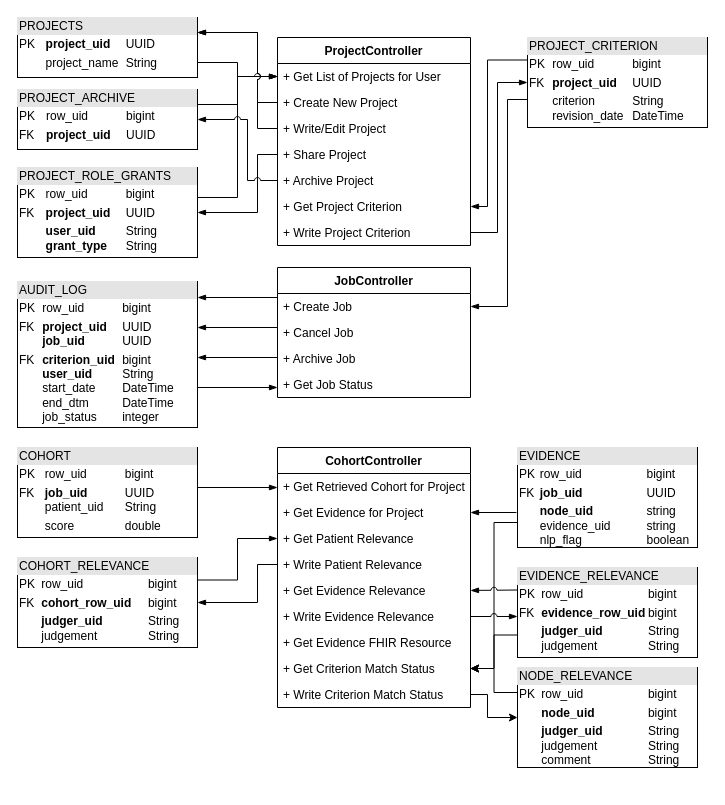
The draw.io diagram page "Middlware - Data Flow" (4 of 4) of cat-arch.drawio in OHNLP/impact-documentation, before the edit. Source tidied: cells renumbered, new cells numbered last; positions are measured from the earlier drawing's top-left corner, leaving out a move shared by most shapes. Both pictures are drawn from the tidied source at 100%, with x=0, y=0 at pixel (17, 17).
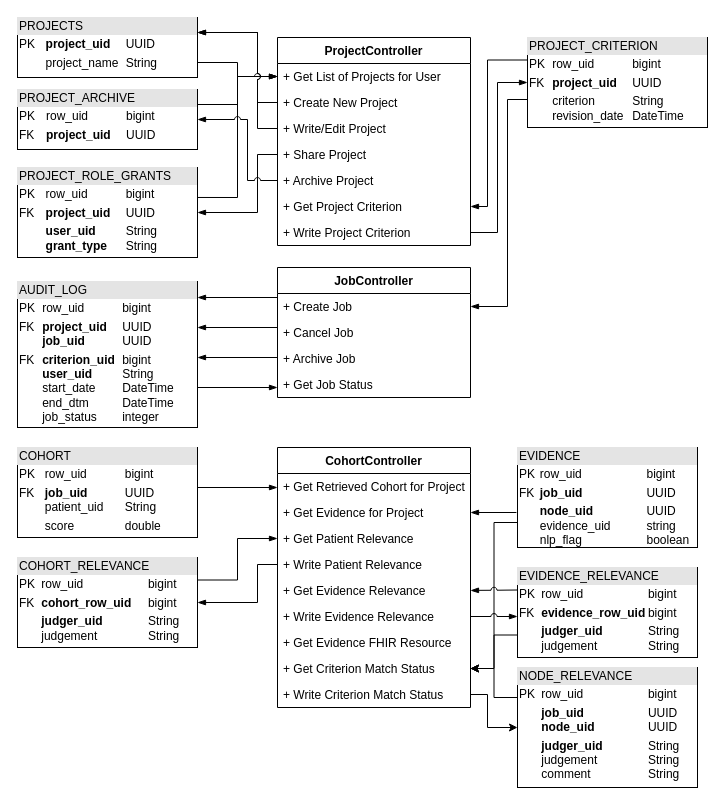
Above is the later version.

Commit message (it also covers changes not shown here):
node relevance should also be associated with a job uid

Unchanged cells that the change refers to:
```xml
<mxCell id="43" value="+ Write Criterion Match Status " style="text;strokeColor=none;fillColor=none;align=left;verticalAlign=top;spacingLeft=4;spacingRight=4;overflow=hidden;points=[[0,0.5],[1,0.5]];portConstraint=eastwest;fontColor=#000000;" parent="34" vertex="1">
  <mxGeometry y="234" width="193" height="26" as="geometry" />
</mxCell>
```

The edit, as a diff of the source:
```diff
@@
-    <mxCell id="48" value="&lt;div style=&quot;box-sizing:border-box;width:100%;background:#e4e4e4;padding:2px;&quot;&gt;EVIDENCE&lt;/div&gt;&lt;table style=&quot;width:100%;font-size:1em;&quot; cellpadding=&quot;2&quot; cellspacing=&quot;0&quot;&gt;&lt;tbody&gt;&lt;tr&gt;&lt;td&gt;PK&lt;/td&gt;&lt;td&gt;row_uid&lt;span style=&quot;white-space: pre;&quot;&gt;&#9;&lt;/span&gt;&lt;span style=&quot;white-space: pre;&quot;&gt;&#9;&lt;span style=&quot;white-space: pre;&quot;&gt;&#9;&lt;/span&gt;&lt;/span&gt;bigint&lt;/td&gt;&lt;/tr&gt;&lt;tr&gt;&lt;td&gt;FK&lt;br&gt;&lt;/td&gt;&lt;td&gt;&lt;b&gt;job_uid&lt;/b&gt;&lt;span style=&quot;font-weight: bold; white-space: pre;&quot;&gt;&#9;&lt;span style=&quot;white-space: pre;&quot;&gt;&#9;&lt;/span&gt;&lt;/span&gt;&lt;span style=&quot;font-weight: bold; white-space: pre;&quot;&gt;&#9;&lt;/span&gt;UUID&lt;/td&gt;&lt;/tr&gt;&lt;tr&gt;&lt;td&gt;&lt;br&gt;&lt;br&gt;&lt;/td&gt;&lt;td&gt;&lt;b&gt;node_uid&lt;span style=&quot;white-space: pre;&quot;&gt;&#9;&lt;span style=&quot;white-space: pre;&quot;&gt;&#9;&lt;/span&gt;&lt;/span&gt;&lt;/b&gt;string&lt;br&gt;evidence_uid&lt;span style=&quot;white-space: pre;&quot;&gt;&#9;&lt;span style=&quot;white-space: pre;&quot;&gt;&#9;&lt;/span&gt;&lt;/span&gt;string&lt;br&gt;nlp_flag&lt;span style=&quot;white-space: pre;&quot;&gt;&#9;&lt;/span&gt;&lt;span style=&quot;white-space: pre;&quot;&gt;&#9;&lt;/span&gt;&lt;span style=&quot;white-space: pre;&quot;&gt;&#9;&lt;/span&gt;boolean&lt;/td&gt;&lt;/tr&gt;&lt;/tbody&gt;&lt;/table&gt;" style="verticalAlign=top;align=left;overflow=fill;html=1;fontColor=#000000;" parent="1" vertex="1">
+    <mxCell id="48" value="&lt;div style=&quot;box-sizing:border-box;width:100%;background:#e4e4e4;padding:2px;&quot;&gt;EVIDENCE&lt;/div&gt;&lt;table style=&quot;width:100%;font-size:1em;&quot; cellpadding=&quot;2&quot; cellspacing=&quot;0&quot;&gt;&lt;tbody&gt;&lt;tr&gt;&lt;td&gt;PK&lt;/td&gt;&lt;td&gt;row_uid&lt;span style=&quot;white-space: pre;&quot;&gt;&#9;&lt;/span&gt;&lt;span style=&quot;white-space: pre;&quot;&gt;&#9;&lt;span style=&quot;white-space: pre;&quot;&gt;&#9;&lt;/span&gt;&lt;/span&gt;bigint&lt;/td&gt;&lt;/tr&gt;&lt;tr&gt;&lt;td&gt;FK&lt;br&gt;&lt;/td&gt;&lt;td&gt;&lt;b&gt;job_uid&lt;/b&gt;&lt;span style=&quot;font-weight: bold; white-space: pre;&quot;&gt;&#9;&lt;span style=&quot;white-space: pre;&quot;&gt;&#9;&lt;/span&gt;&lt;/span&gt;&lt;span style=&quot;font-weight: bold; white-space: pre;&quot;&gt;&#9;&lt;/span&gt;UUID&lt;/td&gt;&lt;/tr&gt;&lt;tr&gt;&lt;td&gt;&lt;br&gt;&lt;br&gt;&lt;/td&gt;&lt;td&gt;&lt;b&gt;node_uid&lt;span style=&quot;white-space: pre;&quot;&gt;&#9;&lt;span style=&quot;white-space: pre;&quot;&gt;&#9;&lt;/span&gt;&lt;/span&gt;&lt;/b&gt;UUID&lt;br&gt;evidence_uid&lt;span style=&quot;white-space: pre;&quot;&gt;&#9;&lt;span style=&quot;white-space: pre;&quot;&gt;&#9;&lt;/span&gt;&lt;/span&gt;string&lt;br&gt;nlp_flag&lt;span style=&quot;white-space: pre;&quot;&gt;&#9;&lt;/span&gt;&lt;span style=&quot;white-space: pre;&quot;&gt;&#9;&lt;/span&gt;&lt;span style=&quot;white-space: pre;&quot;&gt;&#9;&lt;/span&gt;boolean&lt;/td&gt;&lt;/tr&gt;&lt;/tbody&gt;&lt;/table&gt;" style="verticalAlign=top;align=left;overflow=fill;html=1;fontColor=#000000;" parent="1" vertex="1">
       <mxGeometry x="500" y="430" width="180" height="100" as="geometry" />
     </mxCell>
@@
-    <mxCell id="57" value="&lt;div style=&quot;box-sizing:border-box;width:100%;background:#e4e4e4;padding:2px;&quot;&gt;NODE_RELEVANCE&lt;/div&gt;&lt;table style=&quot;width:100%;font-size:1em;&quot; cellpadding=&quot;2&quot; cellspacing=&quot;0&quot;&gt;&lt;tbody&gt;&lt;tr&gt;&lt;td&gt;PK&lt;/td&gt;&lt;td&gt;row_uid&lt;span style=&quot;&quot;&gt;&#9;&lt;span style=&quot;white-space: pre;&quot;&gt;&#9;&lt;/span&gt;&lt;span style=&quot;white-space: pre;&quot;&gt;&#9;&lt;span style=&quot;white-space: pre;&quot;&gt;&#9;&lt;/span&gt;&lt;/span&gt;&lt;/span&gt;bigint&lt;/td&gt;&lt;/tr&gt;&lt;tr&gt;&lt;td&gt;&lt;br&gt;&lt;/td&gt;&lt;td&gt;&lt;b&gt;node_uid&lt;span style=&quot;&quot;&gt;&#9;&lt;span style=&quot;white-space: pre;&quot;&gt;&#9;&lt;/span&gt;&amp;nbsp;&lt;span style=&quot;white-space: pre;&quot;&gt;&#9;&lt;/span&gt;&lt;/span&gt;&lt;/b&gt;bigint&lt;/td&gt;&lt;/tr&gt;&lt;tr&gt;&lt;td&gt;&lt;br&gt;&lt;/td&gt;&lt;td&gt;&lt;b&gt;judger_uid&lt;span style=&quot;&quot;&gt;&#9;&lt;span style=&quot;white-space: pre;&quot;&gt;&#9;&lt;/span&gt;&lt;span style=&quot;&quot;&gt;&#9;&lt;span style=&quot;white-space: pre;&quot;&gt;&#9;&lt;/span&gt;&lt;/span&gt;&lt;/span&gt;&lt;/b&gt;String&lt;br&gt;judgement&lt;span style=&quot;&quot;&gt;&#9;&lt;span style=&quot;white-space: pre;&quot;&gt;&#9;&lt;/span&gt;&lt;span style=&quot;&quot;&gt;&#9;&lt;span style=&quot;white-space: pre;&quot;&gt;&#9;&lt;/span&gt;&lt;/span&gt;&lt;/span&gt;String&lt;br&gt;comment&lt;span style=&quot;white-space: pre;&quot;&gt;&#9;&lt;/span&gt;&lt;span style=&quot;white-space: pre;&quot;&gt;&#9;&lt;/span&gt;&amp;nbsp;&lt;span style=&quot;white-space: pre;&quot;&gt;&#9;&lt;/span&gt;String&lt;/td&gt;&lt;/tr&gt;&lt;/tbody&gt;&lt;/table&gt;" style="verticalAlign=top;align=left;overflow=fill;html=1;fontColor=#000000;" parent="1" vertex="1">
-      <mxGeometry x="500" y="650" width="180" height="100" as="geometry" />
+    <mxCell id="57" value="&lt;div style=&quot;box-sizing:border-box;width:100%;background:#e4e4e4;padding:2px;&quot;&gt;NODE_RELEVANCE&lt;/div&gt;&lt;table style=&quot;width:100%;font-size:1em;&quot; cellpadding=&quot;2&quot; cellspacing=&quot;0&quot;&gt;&lt;tbody&gt;&lt;tr&gt;&lt;td&gt;PK&lt;/td&gt;&lt;td&gt;row_uid&lt;span style=&quot;&quot;&gt;&#9;&lt;span style=&quot;white-space: pre;&quot;&gt;&#9;&lt;/span&gt;&lt;span style=&quot;white-space: pre;&quot;&gt;&#9;&lt;span style=&quot;white-space: pre;&quot;&gt;&#9;&lt;/span&gt;&lt;/span&gt;&lt;/span&gt;bigint&lt;/td&gt;&lt;/tr&gt;&lt;tr&gt;&lt;td&gt;&lt;br&gt;&lt;/td&gt;&lt;td&gt;&lt;b&gt;job_uid&lt;/b&gt;&lt;span style=&quot;font-weight: bold; white-space: pre;&quot;&gt;&#9;&lt;/span&gt;&lt;span style=&quot;font-weight: bold; white-space: pre;&quot;&gt;&#9;&lt;/span&gt;&lt;span style=&quot;font-weight: bold; white-space: pre;&quot;&gt;&#9;&lt;/span&gt;UUID&lt;br&gt;&lt;b&gt;node_uid&lt;/b&gt;&lt;span style=&quot;font-weight: bold;&quot;&gt;&#9;&lt;span style=&quot;white-space: pre;&quot;&gt;&#9;&lt;/span&gt;&amp;nbsp;&lt;span style=&quot;white-space: pre;&quot;&gt;&#9;&lt;/span&gt;&lt;/span&gt;UUID&lt;/td&gt;&lt;/tr&gt;&lt;tr&gt;&lt;td&gt;&lt;br&gt;&lt;/td&gt;&lt;td&gt;&lt;b&gt;judger_uid&lt;span style=&quot;&quot;&gt;&#9;&lt;span style=&quot;white-space: pre;&quot;&gt;&#9;&lt;/span&gt;&lt;span style=&quot;&quot;&gt;&#9;&lt;span style=&quot;white-space: pre;&quot;&gt;&#9;&lt;/span&gt;&lt;/span&gt;&lt;/span&gt;&lt;/b&gt;String&lt;br&gt;judgement&lt;span style=&quot;&quot;&gt;&#9;&lt;span style=&quot;white-space: pre;&quot;&gt;&#9;&lt;/span&gt;&lt;span style=&quot;&quot;&gt;&#9;&lt;span style=&quot;white-space: pre;&quot;&gt;&#9;&lt;/span&gt;&lt;/span&gt;&lt;/span&gt;String&lt;br&gt;comment&lt;span style=&quot;white-space: pre;&quot;&gt;&#9;&lt;/span&gt;&lt;span style=&quot;white-space: pre;&quot;&gt;&#9;&lt;/span&gt;&amp;nbsp;&lt;span style=&quot;white-space: pre;&quot;&gt;&#9;&lt;/span&gt;String&lt;/td&gt;&lt;/tr&gt;&lt;/tbody&gt;&lt;/table&gt;" style="verticalAlign=top;align=left;overflow=fill;html=1;fontColor=#000000;" parent="1" vertex="1">
+      <mxGeometry x="500" y="650" width="180" height="120" as="geometry" />
     </mxCell>
     <mxCell id="58" style="edgeStyle=orthogonalEdgeStyle;rounded=0;jettySize=auto;html=1;exitX=1;exitY=0.5;exitDx=0;exitDy=0;entryX=0;entryY=0.5;entryDx=0;entryDy=0;" parent="1" edge="1" source="43" target="57">
       <mxGeometry relative="1" as="geometry">
         <Array as="points">
           <mxPoint x="470" y="677" />
-          <mxPoint x="470" y="700" />
+          <mxPoint x="470" y="710" />
         </Array>
       </mxGeometry>
     </mxCell>
```
